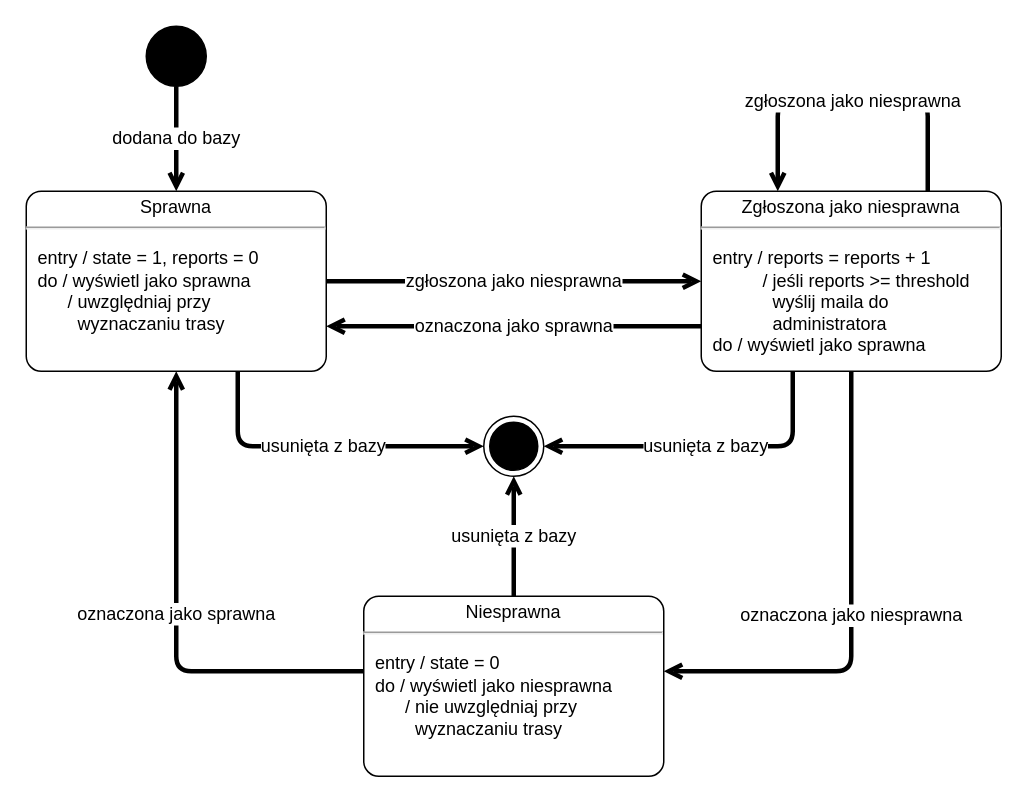
Before: page "Page-1" (1 of 4) of diagramy/diagramstanowstacja.drawio in Freeturilo/FreeturiloDocumentation, a draw.io diagram. Source tidied: cells renumbered, new cells numbered last; positions are measured from the earlier drawing's top-left corner, leaving out a move shared by most shapes. Both pictures are drawn from the tidied source at 150%, with x=0, y=0 at pixel (26, 26).
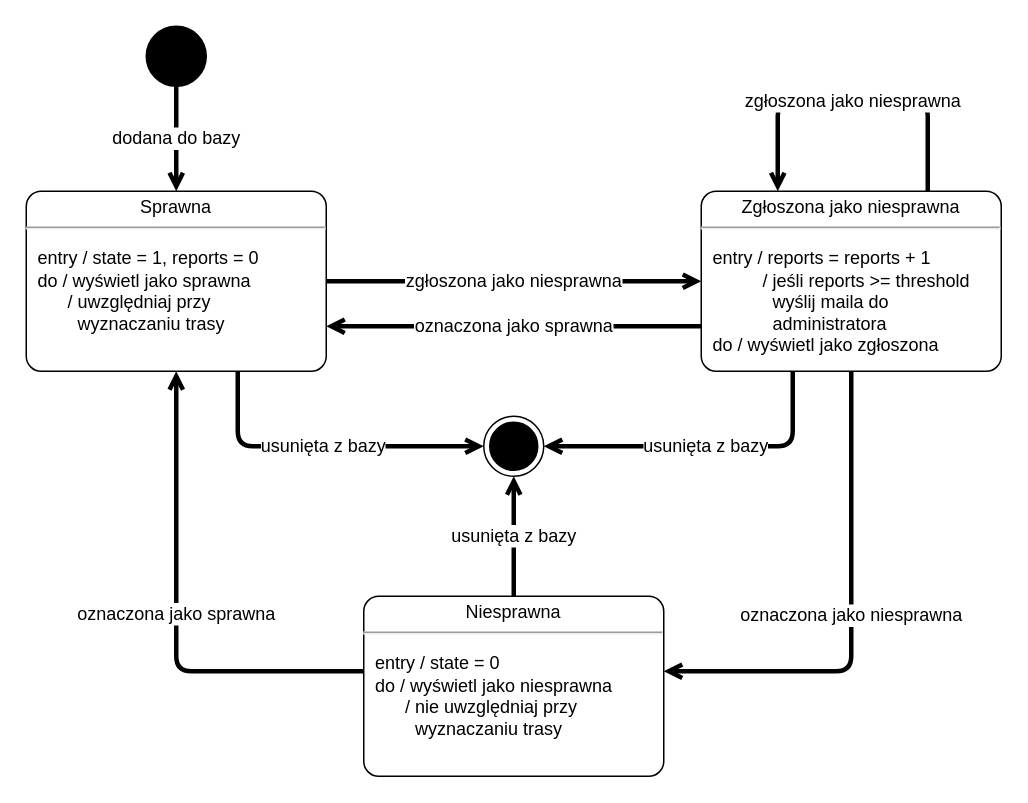
Above is the later version.

Diff of the diagram source:
```diff
@@
-    <mxCell id="8" value="&lt;p style=&quot;margin: 0px ; margin-top: 4px ; text-align: center&quot;&gt;Zgłoszona jako niesprawna&lt;br&gt;&lt;/p&gt;&lt;hr&gt;&lt;p&gt;&lt;/p&gt;&lt;p style=&quot;margin: 0px ; margin-left: 8px ; text-align: left&quot;&gt;entry / reports = reports + 1&lt;/p&gt;&lt;p style=&quot;margin: 0px ; margin-left: 8px ; text-align: left&quot;&gt;&amp;nbsp;&amp;nbsp;&amp;nbsp;&amp;nbsp;&amp;nbsp;&amp;nbsp;&amp;nbsp;&amp;nbsp;&amp;nbsp; / jeśli reports &amp;gt;= threshold&lt;br&gt;&lt;/p&gt;&lt;p style=&quot;margin: 0px ; margin-left: 8px ; text-align: left&quot;&gt;&amp;nbsp;&amp;nbsp;&amp;nbsp;&amp;nbsp;&amp;nbsp;&amp;nbsp;&amp;nbsp;&amp;nbsp;&amp;nbsp;&amp;nbsp;&amp;nbsp; wyślij maila do&lt;/p&gt;&lt;p style=&quot;margin: 0px ; margin-left: 8px ; text-align: left&quot;&gt;&lt;span style=&quot;white-space: pre&quot;&gt;&#9;&lt;/span&gt;&amp;nbsp;&amp;nbsp;&amp;nbsp; administratora&lt;br&gt;&lt;/p&gt;&lt;p style=&quot;margin: 0px ; margin-left: 8px ; text-align: left&quot;&gt;do / wyświetl jako sprawna&lt;br&gt;&lt;/p&gt;" style="shape=mxgraph.sysml.simpleState;html=1;overflow=fill;whiteSpace=wrap;align=center;" parent="1" vertex="1">
+    <mxCell id="8" value="&lt;p style=&quot;margin: 0px ; margin-top: 4px ; text-align: center&quot;&gt;Zgłoszona jako niesprawna&lt;br&gt;&lt;/p&gt;&lt;hr&gt;&lt;p&gt;&lt;/p&gt;&lt;p style=&quot;margin: 0px ; margin-left: 8px ; text-align: left&quot;&gt;entry / reports = reports + 1&lt;/p&gt;&lt;p style=&quot;margin: 0px ; margin-left: 8px ; text-align: left&quot;&gt;&amp;nbsp;&amp;nbsp;&amp;nbsp;&amp;nbsp;&amp;nbsp;&amp;nbsp;&amp;nbsp;&amp;nbsp;&amp;nbsp; / jeśli reports &amp;gt;= threshold&lt;br&gt;&lt;/p&gt;&lt;p style=&quot;margin: 0px ; margin-left: 8px ; text-align: left&quot;&gt;&amp;nbsp;&amp;nbsp;&amp;nbsp;&amp;nbsp;&amp;nbsp;&amp;nbsp;&amp;nbsp;&amp;nbsp;&amp;nbsp;&amp;nbsp;&amp;nbsp; wyślij maila do&lt;/p&gt;&lt;p style=&quot;margin: 0px ; margin-left: 8px ; text-align: left&quot;&gt;&lt;span style=&quot;white-space: pre&quot;&gt;&#9;&lt;/span&gt;&amp;nbsp;&amp;nbsp;&amp;nbsp; administratora&lt;br&gt;&lt;/p&gt;&lt;p style=&quot;margin: 0px ; margin-left: 8px ; text-align: left&quot;&gt;do / wyświetl jako zgłoszona&lt;br&gt;&lt;/p&gt;" style="shape=mxgraph.sysml.simpleState;html=1;overflow=fill;whiteSpace=wrap;align=center;" parent="1" vertex="1">
       <mxGeometry x="450" y="110" width="200" height="120" as="geometry" />
     </mxCell>
```
